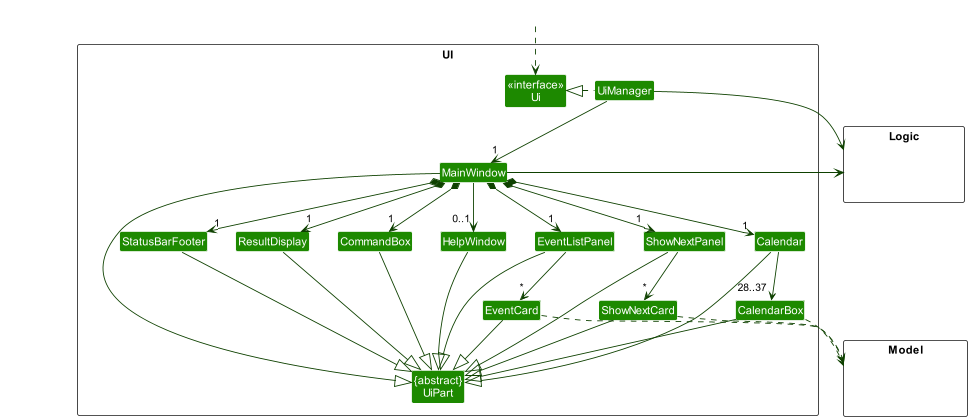
Above: docs/images/UiClassDiagram.png in nus-cs2103-AY2223S2/tp (PlantUML), before the change.
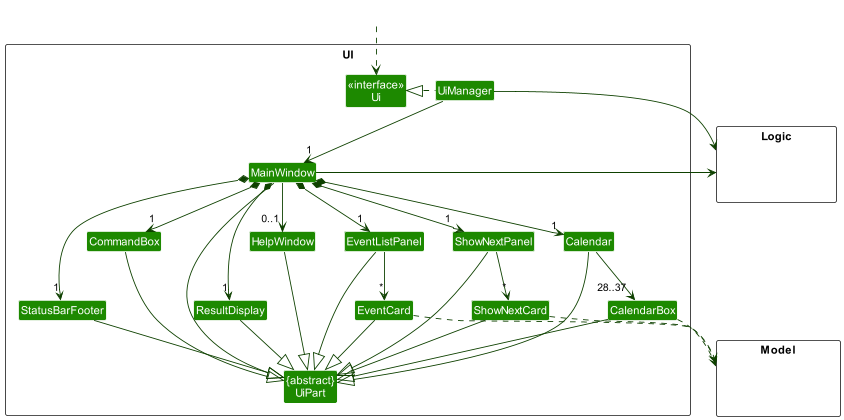
The same diagram one commit later.

Commit message:
Update UI component uml to increase size

What changed in the source:
```diff
@@ -68,9 +68,6 @@
 Calendar -[hidden]left- ShowNextPanel
 ShowNextPanel -[hidden]left- EventListPanel
 EventListPanel -[hidden]left- HelpWindow
-HelpWindow -[hidden]left- CommandBox
-CommandBox -[hidden]left- ResultDisplay
-ResultDisplay -[hidden]left- StatusBarFooter
 
 CalendarBox -[hidden]left- EventCard
 EventCard -[hidden]left- ShowNextCard
```
